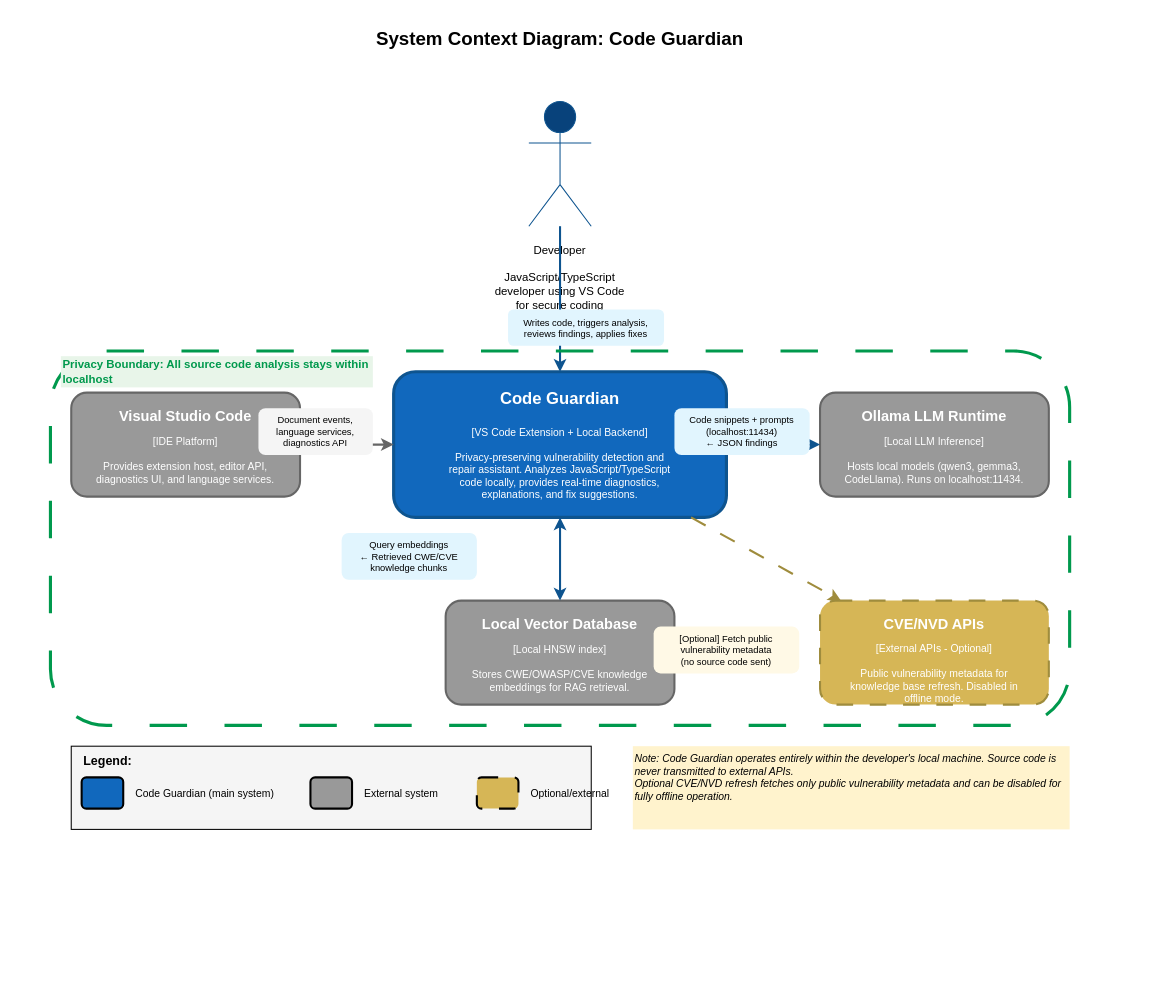
Earlier version of the draw.io diagram code-guardian-thesis-report/images/c4_context.drawio (mdhafizur/tuc-master-thesis). Source tidied: cells renumbered, new cells numbered last; positions are measured from the earlier drawing's top-left corner, leaving out a move shared by most shapes. Both pictures are drawn from the tidied source at 104%, with x=0, y=0 at pixel (50, 18).
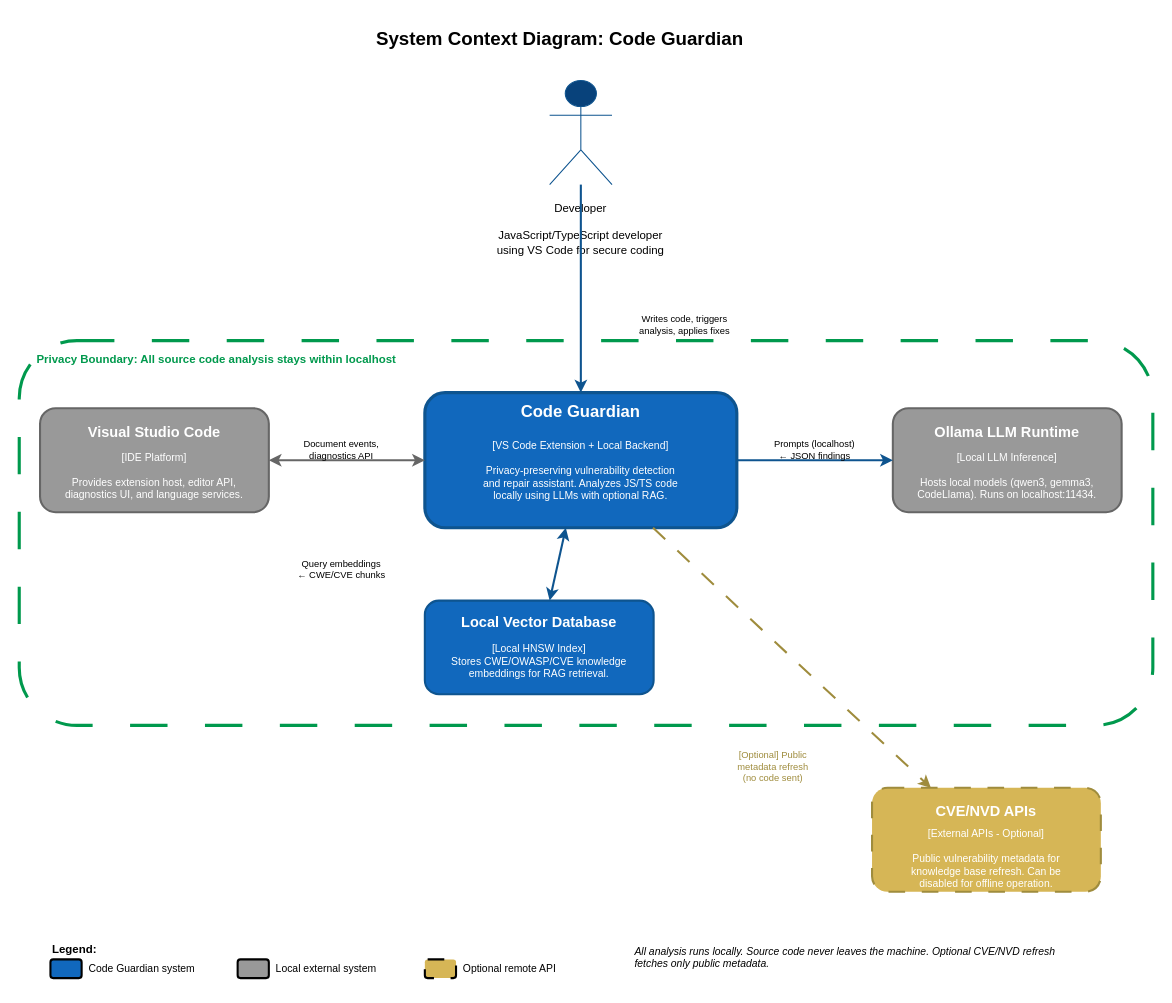
The same diagram, later.

What changed in the source:
```diff
@@
     <mxCell id="3" style="shape=umlActor;verticalLabelPosition=bottom;verticalAlign=top;html=1;fillColor=#08427b;strokeColor=#0e548f;fontSize=14;" parent="1" vertex="1">
-      <mxGeometry x="460" y="80" width="60" height="120" as="geometry" />
+      <mxGeometry x="480" y="60" width="60" height="100" as="geometry" />
     </mxCell>
-    <mxCell id="4" value="Developer&#10;&#10;JavaScript/TypeScript&#10;developer using VS Code&#10;for secure coding" style="text;html=1;strokeColor=none;fillColor=none;align=center;verticalAlign=top;whiteSpace=wrap;fontSize=11;" parent="1" vertex="1">
-      <mxGeometry x="410" y="210" width="160" height="60" as="geometry" />
+    <mxCell id="4" value="Developer&#10;&#10;JavaScript/TypeScript developer&#10;using VS Code for secure coding" style="text;html=1;strokeColor=none;fillColor=none;align=center;verticalAlign=top;whiteSpace=wrap;fontSize=11;" parent="1" vertex="1">
+      <mxGeometry x="420" y="170" width="180" height="60" as="geometry" />
     </mxCell>
+    <mxCell id="30" style="rounded=1;whiteSpace=wrap;html=1;fillColor=none;strokeColor=#00994d;strokeWidth=3;dashed=1;dashPattern=12 12;" parent="1" vertex="1">
+      <mxGeometry x="-30" y="310" width="1090" height="370" as="geometry" />
+    </mxCell>
+    <mxCell id="31" value="Privacy Boundary: All source code analysis stays within localhost" style="text;html=1;strokeColor=none;fillColor=none;align=left;verticalAlign=middle;whiteSpace=wrap;fontSize=11;fontStyle=1;fontColor=#00994d;" parent="1" vertex="1">
+      <mxGeometry x="-15" y="315" width="370" height="25" as="geometry" />
+    </mxCell>
     <mxCell id="5" style="rounded=1;whiteSpace=wrap;html=1;fillColor=#1168bd;strokeColor=#0e548f;strokeWidth=3;" parent="1" vertex="1">
-      <mxGeometry x="330" y="340" width="320" height="140" as="geometry" />
+      <mxGeometry x="360" y="360" width="300" height="130" as="geometry" />
     </mxCell>
     <mxCell id="6" value="Code Guardian" style="text;html=1;strokeColor=none;fillColor=none;align=center;verticalAlign=middle;whiteSpace=wrap;fontSize=16;fontStyle=1;fontColor=#FFFFFF;" parent="1" vertex="1">
-      <mxGeometry x="330" y="350" width="320" height="30" as="geometry" />
+      <mxGeometry x="360" y="365" width="300" height="25" as="geometry" />
     </mxCell>
-    <mxCell id="7" value="[VS Code Extension + Local Backend]&#10;&#10;Privacy-preserving vulnerability detection and&#10;repair assistant. Analyzes JavaScript/TypeScript&#10;code locally, provides real-time diagnostics,&#10;explanations, and fix suggestions." style="text;html=1;strokeColor=none;fillColor=none;align=center;verticalAlign=middle;whiteSpace=wrap;fontSize=10;fontColor=#FFFFFF;" parent="1" vertex="1">
-      <mxGeometry x="340" y="385" width="300" height="85" as="geometry" />
+    <mxCell id="7" value="[VS Code Extension + Local Backend]&#10;&#10;Privacy-preserving vulnerability detection&#10;and repair assistant. Analyzes JS/TS code&#10;locally using LLMs with optional RAG." style="text;html=1;strokeColor=none;fillColor=none;align=center;verticalAlign=middle;whiteSpace=wrap;fontSize=10;fontColor=#FFFFFF;" parent="1" vertex="1">
+      <mxGeometry x="370" y="395" width="280" height="80" as="geometry" />
     </mxCell>
     <mxCell id="8" style="rounded=1;whiteSpace=wrap;html=1;fillColor=#999999;strokeColor=#666666;strokeWidth=2;" parent="1" vertex="1">
-      <mxGeometry x="20" y="360" width="220" height="100" as="geometry" />
+      <mxGeometry x="-10" y="375" width="220" height="100" as="geometry" />
     </mxCell>
     <mxCell id="9" value="Visual Studio Code" style="text;html=1;strokeColor=none;fillColor=none;align=center;verticalAlign=middle;whiteSpace=wrap;fontSize=14;fontStyle=1;fontColor=#FFFFFF;" parent="1" vertex="1">
-      <mxGeometry x="20" y="370" width="220" height="25" as="geometry" />
+      <mxGeometry x="-10" y="385" width="220" height="25" as="geometry" />
     </mxCell>
     <mxCell id="10" value="[IDE Platform]&#10;&#10;Provides extension host, editor API,&#10;diagnostics UI, and language services." style="text;html=1;strokeColor=none;fillColor=none;align=center;verticalAlign=middle;whiteSpace=wrap;fontSize=10;fontColor=#FFFFFF;" parent="1" vertex="1">
-      <mxGeometry x="30" y="400" width="200" height="50" as="geometry" />
+      <mxGeometry y="415" width="200" height="50" as="geometry" />
     </mxCell>
     <mxCell id="11" style="rounded=1;whiteSpace=wrap;html=1;fillColor=#999999;strokeColor=#666666;strokeWidth=2;" parent="1" vertex="1">
-      <mxGeometry x="740" y="360" width="220" height="100" as="geometry" />
+      <mxGeometry x="810" y="375" width="220" height="100" as="geometry" />
     </mxCell>
     <mxCell id="12" value="Ollama LLM Runtime" style="text;html=1;strokeColor=none;fillColor=none;align=center;verticalAlign=middle;whiteSpace=wrap;fontSize=14;fontStyle=1;fontColor=#FFFFFF;" parent="1" vertex="1">
-      <mxGeometry x="740" y="370" width="220" height="25" as="geometry" />
+      <mxGeometry x="810" y="385" width="220" height="25" as="geometry" />
     </mxCell>
     <mxCell id="13" value="[Local LLM Inference]&#10;&#10;Hosts local models (qwen3, gemma3,&#10;CodeLlama). Runs on localhost:11434." style="text;html=1;strokeColor=none;fillColor=none;align=center;verticalAlign=middle;whiteSpace=wrap;fontSize=10;fontColor=#FFFFFF;" parent="1" vertex="1">
-      <mxGeometry x="750" y="400" width="200" height="50" as="geometry" />
+      <mxGeometry x="820" y="415" width="200" height="50" as="geometry" />
     </mxCell>
-    <mxCell id="14" style="rounded=1;whiteSpace=wrap;html=1;fillColor=#999999;strokeColor=#666666;strokeWidth=2;" parent="1" vertex="1">
-      <mxGeometry x="380" y="560" width="220" height="100" as="geometry" />
+    <mxCell id="14" style="rounded=1;whiteSpace=wrap;html=1;fillColor=#1168bd;strokeColor=#0e548f;strokeWidth=2;" parent="1" vertex="1">
+      <mxGeometry x="360" y="560" width="220" height="90" as="geometry" />
     </mxCell>
     <mxCell id="15" value="Local Vector Database" style="text;html=1;strokeColor=none;fillColor=none;align=center;verticalAlign=middle;whiteSpace=wrap;fontSize=14;fontStyle=1;fontColor=#FFFFFF;" parent="1" vertex="1">
-      <mxGeometry x="380" y="570" width="220" height="25" as="geometry" />
+      <mxGeometry x="360" y="568" width="220" height="25" as="geometry" />
     </mxCell>
-    <mxCell id="16" value="[Local HNSW index]&#10;&#10;Stores CWE/OWASP/CVE knowledge&#10;embeddings for RAG retrieval." style="text;html=1;strokeColor=none;fillColor=none;align=center;verticalAlign=middle;whiteSpace=wrap;fontSize=10;fontColor=#FFFFFF;" parent="1" vertex="1">
-      <mxGeometry x="390" y="600" width="200" height="50" as="geometry" />
+    <mxCell id="16" value="[Local HNSW Index]&#10;Stores CWE/OWASP/CVE knowledge&#10;embeddings for RAG retrieval." style="text;html=1;strokeColor=none;fillColor=none;align=center;verticalAlign=middle;whiteSpace=wrap;fontSize=10;fontColor=#FFFFFF;" parent="1" vertex="1">
+      <mxGeometry x="370" y="595" width="200" height="45" as="geometry" />
     </mxCell>
     <mxCell id="17" style="rounded=1;whiteSpace=wrap;html=1;fillColor=#d6b656;strokeColor=#9f8c3d;strokeWidth=2;dashed=1;dashPattern=8 8;" parent="1" vertex="1">
-      <mxGeometry x="740" y="560" width="220" height="100" as="geometry" />
+      <mxGeometry x="790" y="740" width="220" height="100" as="geometry" />
     </mxCell>
     <mxCell id="18" value="CVE/NVD APIs" style="text;html=1;strokeColor=none;fillColor=none;align=center;verticalAlign=middle;whiteSpace=wrap;fontSize=14;fontStyle=1;fontColor=#FFFFFF;" parent="1" vertex="1">
-      <mxGeometry x="740" y="570" width="220" height="25" as="geometry" />
+      <mxGeometry x="790" y="750" width="220" height="25" as="geometry" />
     </mxCell>
-    <mxCell id="19" value="[External APIs - Optional]&#10;&#10;Public vulnerability metadata for&#10;knowledge base refresh. Disabled in&#10;offline mode." style="text;html=1;strokeColor=none;fillColor=none;align=center;verticalAlign=middle;whiteSpace=wrap;fontSize=10;fontColor=#FFFFFF;" parent="1" vertex="1">
-      <mxGeometry x="750" y="600" width="200" height="60" as="geometry" />
+    <mxCell id="19" value="[External APIs - Optional]&#10;&#10;Public vulnerability metadata for&#10;knowledge base refresh. Can be&#10;disabled for offline operation." style="text;html=1;strokeColor=none;fillColor=none;align=center;verticalAlign=middle;whiteSpace=wrap;fontSize=10;fontColor=#FFFFFF;" parent="1" vertex="1">
+      <mxGeometry x="800" y="780" width="200" height="55" as="geometry" />
     </mxCell>
@@
-    <mxCell id="21" value="Writes code, triggers analysis,&#10;reviews findings, applies fixes" style="text;html=1;strokeColor=none;fillColor=#e1f5fe;align=center;verticalAlign=middle;whiteSpace=wrap;fontSize=9;rounded=1;" parent="1" vertex="1">
-      <mxGeometry x="440" y="280" width="150" height="35" as="geometry" />
+    <mxCell id="21" value="Writes code, triggers&#10;analysis, applies fixes" style="text;html=1;strokeColor=none;fillColor=none;align=center;verticalAlign=middle;whiteSpace=wrap;fontSize=9;" parent="1" vertex="1">
+      <mxGeometry x="550" y="280" width="120" height="30" as="geometry" />
     </mxCell>
@@
-    <mxCell id="23" value="Document events,&#10;language services,&#10;diagnostics API" style="text;html=1;strokeColor=none;fillColor=#f5f5f5;align=center;verticalAlign=middle;whiteSpace=wrap;fontSize=9;rounded=1;" parent="1" vertex="1">
-      <mxGeometry x="200" y="375" width="110" height="45" as="geometry" />
+    <mxCell id="23" value="Document events,&#10;diagnostics API" style="text;html=1;strokeColor=none;fillColor=none;align=center;verticalAlign=middle;whiteSpace=wrap;fontSize=9;" parent="1" vertex="1">
+      <mxGeometry x="225" y="400" width="110" height="30" as="geometry" />
     </mxCell>
@@
-    <mxCell id="25" value="Code snippets + prompts&#10;(localhost:11434)&#10;← JSON findings" style="text;html=1;strokeColor=none;fillColor=#e1f5fe;align=center;verticalAlign=middle;whiteSpace=wrap;fontSize=9;rounded=1;" parent="1" vertex="1">
-      <mxGeometry x="600" y="375" width="130" height="45" as="geometry" />
+    <mxCell id="25" value="Prompts (localhost)&#10;← JSON findings" style="text;html=1;strokeColor=none;fillColor=none;align=center;verticalAlign=middle;whiteSpace=wrap;fontSize=9;" parent="1" vertex="1">
+      <mxGeometry x="680" y="400" width="110" height="30" as="geometry" />
     </mxCell>
@@
-    <mxCell id="27" value="Query embeddings&#10;← Retrieved CWE/CVE&#10;knowledge chunks" style="text;html=1;strokeColor=none;fillColor=#e1f5fe;align=center;verticalAlign=middle;whiteSpace=wrap;fontSize=9;rounded=1;" parent="1" vertex="1">
-      <mxGeometry x="280" y="495" width="130" height="45" as="geometry" />
+    <mxCell id="27" value="Query embeddings&#10;← CWE/CVE chunks" style="text;html=1;strokeColor=none;fillColor=none;align=center;verticalAlign=middle;whiteSpace=wrap;fontSize=9;" parent="1" vertex="1">
+      <mxGeometry x="220" y="515" width="120" height="30" as="geometry" />
     </mxCell>
@@
-    <mxCell id="29" value="[Optional] Fetch public&#10;vulnerability metadata&#10;(no source code sent)" style="text;html=1;strokeColor=none;fillColor=#fff9e6;align=center;verticalAlign=middle;whiteSpace=wrap;fontSize=9;rounded=1;" parent="1" vertex="1">
-      <mxGeometry x="580" y="585" width="140" height="45" as="geometry" />
+    <mxCell id="29" value="[Optional] Public&#10;metadata refresh&#10;(no code sent)" style="text;html=1;strokeColor=none;fillColor=none;align=center;verticalAlign=middle;whiteSpace=wrap;fontSize=9;fontColor=#9f8c3d;" parent="1" vertex="1">
+      <mxGeometry x="640" y="700" width="110" height="40" as="geometry" />
     </mxCell>
-    <mxCell id="30" style="rounded=1;whiteSpace=wrap;html=1;fillColor=none;strokeColor=#00994d;strokeWidth=3;dashed=1;dashPattern=12 12;" parent="1" vertex="1">
-      <mxGeometry y="320" width="980" height="360" as="geometry" />
-    </mxCell>
-    <mxCell id="31" value="Privacy Boundary: All source code analysis stays within localhost" style="text;html=1;strokeColor=none;fillColor=#e8f5e9;align=left;verticalAlign=middle;whiteSpace=wrap;fontSize=11;fontStyle=1;fontColor=#00994d;" parent="1" vertex="1">
-      <mxGeometry x="10" y="325" width="300" height="30" as="geometry" />
-    </mxCell>
-    <mxCell id="32" style="rounded=0;whiteSpace=wrap;html=1;fillColor=#f5f5f5;" parent="1" vertex="1">
-      <mxGeometry x="20" y="700" width="500" height="80" as="geometry" />
+    <mxCell id="32" style="rounded=0;whiteSpace=wrap;html=1;fillColor=none;strokeColor=none;" parent="1" vertex="1">
+      <mxGeometry x="-10" y="880" width="550" height="50" as="geometry" />
     </mxCell>
-    <mxCell id="33" value="Legend:" style="text;html=1;strokeColor=none;fillColor=none;align=left;verticalAlign=middle;whiteSpace=wrap;fontSize=12;fontStyle=1;" parent="1" vertex="1">
-      <mxGeometry x="30" y="705" width="60" height="20" as="geometry" />
+    <mxCell id="33" value="Legend:" style="text;html=1;strokeColor=none;fillColor=none;align=left;verticalAlign=middle;whiteSpace=wrap;fontSize=11;fontStyle=1;" parent="1" vertex="1">
+      <mxGeometry y="885" width="50" height="20" as="geometry" />
     </mxCell>
     <mxCell id="34" style="rounded=1;whiteSpace=wrap;html=1;fillColor=#1168bd;strokeWidth=2;" parent="1" vertex="1">
-      <mxGeometry x="30" y="730" width="40" height="30" as="geometry" />
+      <mxGeometry y="905" width="30" height="18" as="geometry" />
     </mxCell>
-    <mxCell id="35" value="Code Guardian (main system)" style="text;html=1;strokeColor=none;fillColor=none;align=left;verticalAlign=middle;whiteSpace=wrap;fontSize=10;" parent="1" vertex="1">
-      <mxGeometry x="80" y="735" width="160" height="20" as="geometry" />
+    <mxCell id="35" value="Code Guardian system" style="text;html=1;strokeColor=none;fillColor=none;align=left;verticalAlign=middle;whiteSpace=wrap;fontSize=10;" parent="1" vertex="1">
+      <mxGeometry x="35" y="905" width="130" height="18" as="geometry" />
     </mxCell>
     <mxCell id="36" style="rounded=1;whiteSpace=wrap;html=1;fillColor=#999999;strokeWidth=2;" parent="1" vertex="1">
-      <mxGeometry x="250" y="730" width="40" height="30" as="geometry" />
+      <mxGeometry x="180" y="905" width="30" height="18" as="geometry" />
     </mxCell>
-    <mxCell id="37" value="External system" style="text;html=1;strokeColor=none;fillColor=none;align=left;verticalAlign=middle;whiteSpace=wrap;fontSize=10;" parent="1" vertex="1">
-      <mxGeometry x="300" y="735" width="100" height="20" as="geometry" />
+    <mxCell id="37" value="Local external system" style="text;html=1;strokeColor=none;fillColor=none;align=left;verticalAlign=middle;whiteSpace=wrap;fontSize=10;" parent="1" vertex="1">
+      <mxGeometry x="215" y="905" width="130" height="18" as="geometry" />
     </mxCell>
     <mxCell id="38" style="rounded=1;whiteSpace=wrap;html=1;fillColor=#d6b656;strokeWidth=2;dashed=1;dashPattern=8 8;" parent="1" vertex="1">
-      <mxGeometry x="410" y="730" width="40" height="30" as="geometry" />
+      <mxGeometry x="360" y="905" width="30" height="18" as="geometry" />
     </mxCell>
-    <mxCell id="39" value="Optional/external" style="text;html=1;strokeColor=none;fillColor=none;align=left;verticalAlign=middle;whiteSpace=wrap;fontSize=10;" parent="1" vertex="1">
-      <mxGeometry x="460" y="735" width="100" height="20" as="geometry" />
+    <mxCell id="39" value="Optional remote API" style="text;html=1;strokeColor=none;fillColor=none;align=left;verticalAlign=middle;whiteSpace=wrap;fontSize=10;" parent="1" vertex="1">
+      <mxGeometry x="395" y="905" width="120" height="18" as="geometry" />
     </mxCell>
-    <mxCell id="40" value="Note: Code Guardian operates entirely within the developer's local machine. Source code is never transmitted to external APIs.&#10;Optional CVE/NVD refresh fetches only public vulnerability metadata and can be disabled for fully offline operation." style="text;html=1;strokeColor=none;fillColor=#fff3cd;align=left;verticalAlign=top;whiteSpace=wrap;fontSize=10;fontStyle=2;" parent="1" vertex="1">
-      <mxGeometry x="560" y="700" width="420" height="80" as="geometry" />
+    <mxCell id="40" value="All analysis runs locally. Source code never leaves the machine. Optional CVE/NVD refresh fetches only public metadata." style="text;html=1;strokeColor=none;fillColor=none;align=left;verticalAlign=middle;whiteSpace=wrap;fontSize=10;fontStyle=2;" parent="1" vertex="1">
+      <mxGeometry x="560" y="885" width="420" height="35" as="geometry" />
     </mxCell>
```
